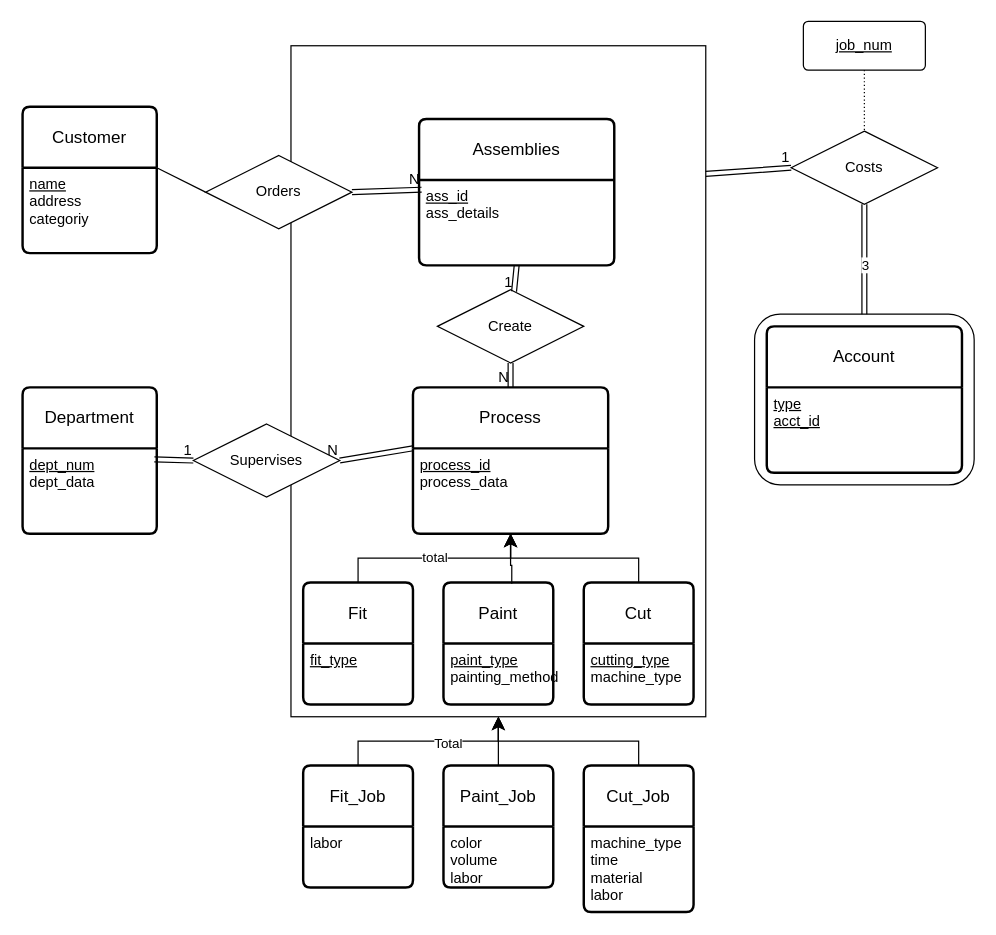
This is Project/Project.drawio from nurfnick/DBMS, a draw.io file, before an edit. Source tidied: cells renumbered, new cells numbered last; positions are measured from the earlier drawing's top-left corner, leaving out a move shared by most shapes. Both pictures are drawn from the tidied source at 122%, with x=0, y=0 at pixel (22, 21).
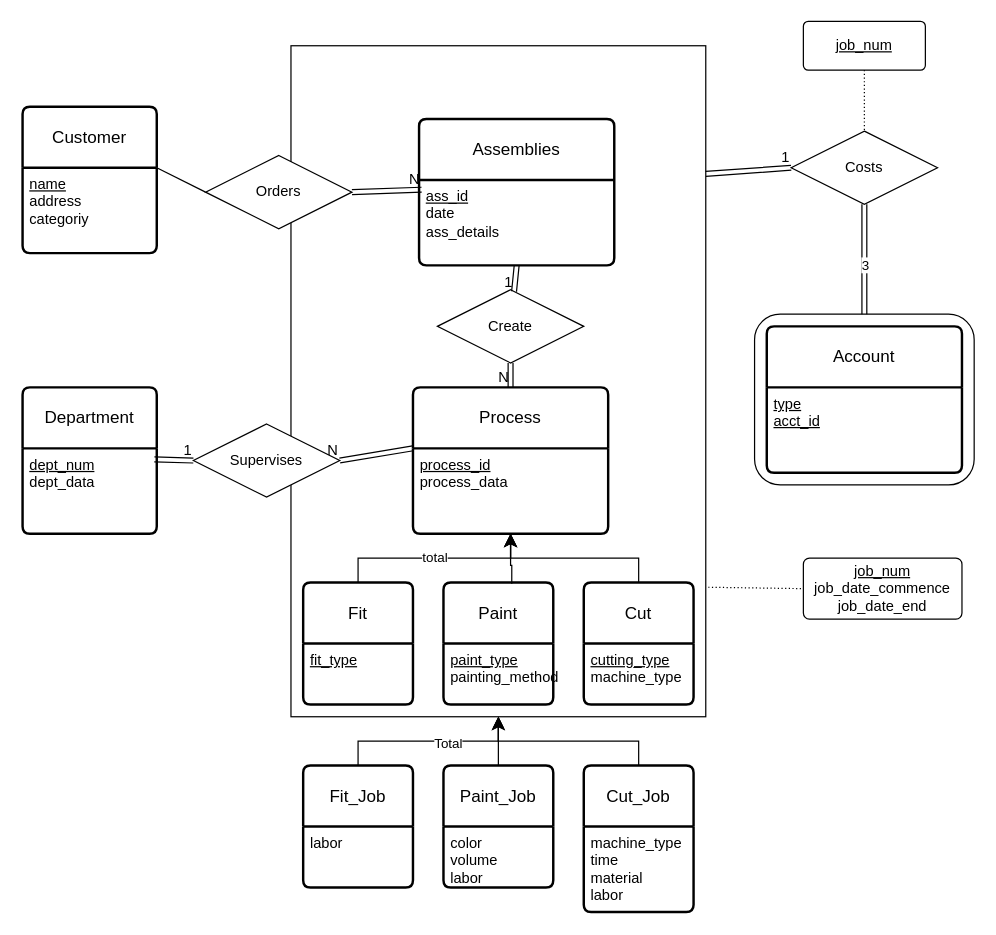
The same page after the edit.

Commit message:
added job data

Unchanged cells that the change refers to:
```xml
<mxCell id="3" style="rounded=0;whiteSpace=wrap;html=1;" parent="1" vertex="1">
  <mxGeometry x="220" y="20" width="340" height="550" as="geometry" />
</mxCell>
<mxCell id="4" value="Assemblies" style="swimlane;horizontal=1;startSize=50;rounded=1;fontSize=14;fontStyle=0;strokeWidth=2;shadow=0;dashed=0;align=center;arcSize=4;whiteSpace=wrap;html=1;" parent="1" vertex="1">
  <mxGeometry x="325" y="80" width="160" height="120" as="geometry" />
</mxCell>
```

Diff of the diagram source:
```diff
@@
-    <mxCell id="5" value="&lt;div&gt;&lt;u&gt;ass_id&lt;/u&gt;&lt;/div&gt;&lt;div&gt;ass_details&lt;br&gt;&lt;/div&gt;" style="align=left;strokeColor=none;fillColor=none;spacingLeft=4;fontSize=12;verticalAlign=top;html=1;" parent="4" vertex="1">
+    <mxCell id="5" value="&lt;div&gt;&lt;u&gt;ass_id&lt;/u&gt;&lt;/div&gt;&lt;div&gt;date&lt;u&gt;&lt;br&gt;&lt;/u&gt;&lt;/div&gt;&lt;div&gt;ass_details&lt;br&gt;&lt;/div&gt;" style="align=left;strokeColor=none;fillColor=none;spacingLeft=4;fontSize=12;verticalAlign=top;html=1;" parent="4" vertex="1">
       <mxGeometry y="50" width="160" height="70" as="geometry" />
     </mxCell>
@@
+    <mxCell id="55" value="&lt;div&gt;&lt;u&gt;job_num&lt;br&gt;&lt;/u&gt;&lt;/div&gt;&lt;div&gt;job_date_commence&lt;u&gt;&lt;br&gt;&lt;/u&gt;&lt;div&gt;job_date_end&lt;/div&gt;&lt;/div&gt;" style="rounded=1;arcSize=10;whiteSpace=wrap;html=1;align=center;" parent="1" vertex="1">
+      <mxGeometry x="640" y="440" width="130" height="50" as="geometry" />
+    </mxCell>
+    <mxCell id="56" style="endArrow=none;html=1;rounded=0;dashed=1;dashPattern=1 2;exitX=1.006;exitY=0.807;exitDx=0;exitDy=0;exitPerimeter=0;entryX=0;entryY=0.5;entryDx=0;entryDy=0;" parent="1" edge="1" source="3" target="55">
+      <mxGeometry relative="1" as="geometry" />
+    </mxCell>
+    <mxCell id="57" style="html=1;whiteSpace=wrap;align=right;verticalAlign=bottom;" parent="56" vertex="1">
+      <mxGeometry x="1" relative="1" as="geometry" />
+    </mxCell>
```
